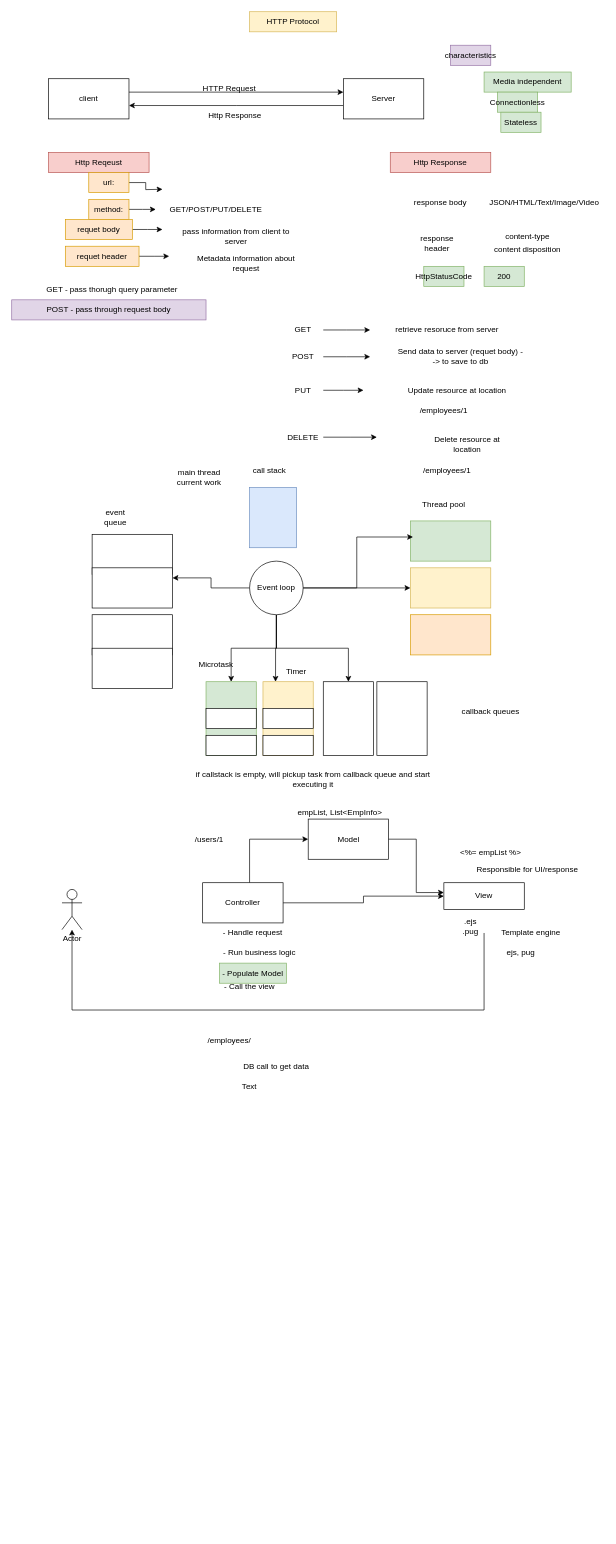
dhruvikp/PURDUE_Jan2026 keeps this draw.io diagram as page "Nodejs" (2 of 2) of mongodb_architecture.drawio. Above is the earlier version. Source tidied: cells renumbered, new cells numbered last; positions are measured from the earlier drawing's top-left corner, leaving out a move shared by most shapes. Both pictures are drawn from the tidied source at 67%, with x=0, y=0 at pixel (11, 11).
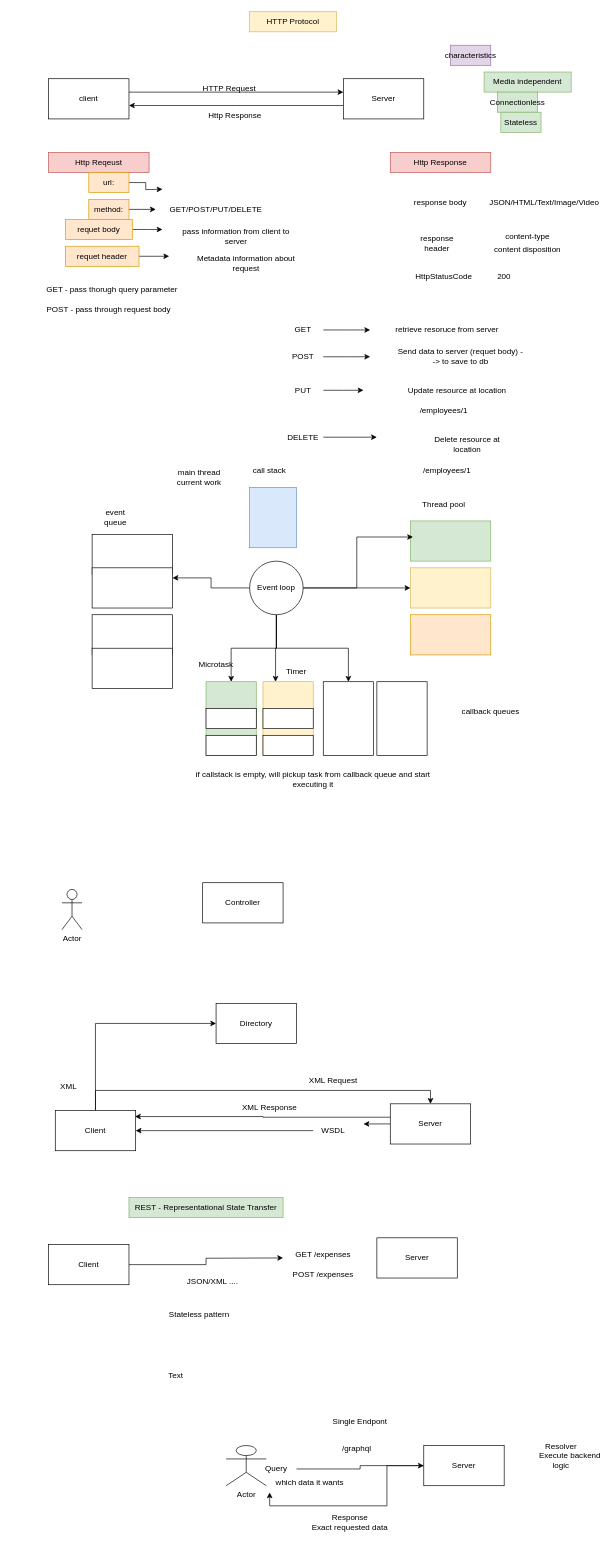
The same diagram, later.

Unchanged cells that the change refers to:
```xml
<mxCell id="81" value="Actor" style="shape=umlActor;verticalLabelPosition=bottom;verticalAlign=top;html=1;outlineConnect=0;" parent="1" vertex="1">
  <mxGeometry x="75" y="1310" width="30" height="60" as="geometry" />
</mxCell>
<mxCell id="84" value="Controller" style="rounded=0;whiteSpace=wrap;html=1;" parent="1" vertex="1">
  <mxGeometry x="285" y="1300" width="120" height="60" as="geometry" />
</mxCell>
```

What changed in the source:
```diff
@@
-    <mxCell id="19" value="POST - pass through request body" style="text;html=1;whiteSpace=wrap;strokeColor=#9673a6;fillColor=#e1d5e7;align=center;verticalAlign=middle;rounded=0;" parent="1" vertex="1">
+    <mxCell id="19" value="POST - pass through request body" style="text;html=1;whiteSpace=wrap;strokeColor=none;fillColor=none;align=center;verticalAlign=middle;rounded=0;" parent="1" vertex="1">
       <mxGeometry y="430" width="290" height="30" as="geometry" />
     </mxCell>
@@
-    <mxCell id="48" value="HttpStatusCode" style="text;html=1;whiteSpace=wrap;strokeColor=#82b366;fillColor=#d5e8d4;align=center;verticalAlign=middle;rounded=0;" parent="1" vertex="1">
+    <mxCell id="48" value="HttpStatusCode" style="text;html=1;whiteSpace=wrap;strokeColor=none;fillColor=none;align=center;verticalAlign=middle;rounded=0;" parent="1" vertex="1">
       <mxGeometry x="615" y="380" width="60" height="30" as="geometry" />
     </mxCell>
-    <mxCell id="49" value="200" style="text;html=1;whiteSpace=wrap;strokeColor=#82b366;fillColor=#d5e8d4;align=center;verticalAlign=middle;rounded=0;" parent="1" vertex="1">
+    <mxCell id="49" value="200" style="text;html=1;whiteSpace=wrap;strokeColor=none;fillColor=none;align=center;verticalAlign=middle;rounded=0;" parent="1" vertex="1">
       <mxGeometry x="705" y="380" width="60" height="30" as="geometry" />
     </mxCell>
@@
-    <mxCell id="82" style="edgeStyle=orthogonalEdgeStyle;rounded=0;jettySize=auto;html=1;entryX=0;entryY=0.5;entryDx=0;entryDy=0;" parent="1" edge="1" source="84" target="89">
-      <mxGeometry relative="1" as="geometry" />
-    </mxCell>
-    <mxCell id="83" style="edgeStyle=orthogonalEdgeStyle;rounded=0;jettySize=auto;html=1;entryX=0;entryY=0.5;entryDx=0;entryDy=0;" parent="1" edge="1" source="84" target="93">
-      <mxGeometry relative="1" as="geometry">
-        <Array as="points">
-          <mxPoint x="355" y="1235" />
-        </Array>
-      </mxGeometry>
-    </mxCell>
@@
-    <mxCell id="85" value="- Handle request" style="text;html=1;whiteSpace=wrap;strokeColor=none;fillColor=none;align=center;verticalAlign=middle;rounded=0;" parent="1" vertex="1">
-      <mxGeometry x="305" y="1360" width="110" height="30" as="geometry" />
-    </mxCell>
-    <mxCell id="86" value="/users/1" style="text;html=1;whiteSpace=wrap;strokeColor=none;fillColor=none;align=center;verticalAlign=middle;rounded=0;" parent="1" vertex="1">
-      <mxGeometry x="265" y="1220" width="60" height="30" as="geometry" />
-    </mxCell>
-    <mxCell id="87" value="- Run business logic" style="text;html=1;whiteSpace=wrap;strokeColor=none;fillColor=none;align=center;verticalAlign=middle;rounded=0;" parent="1" vertex="1">
-      <mxGeometry x="310" y="1390" width="120" height="30" as="geometry" />
-    </mxCell>
-    <mxCell id="88" value="- Call the view" style="text;html=1;whiteSpace=wrap;strokeColor=none;fillColor=none;align=center;verticalAlign=middle;rounded=0;" parent="1" vertex="1">
-      <mxGeometry x="305" y="1440" width="100" height="30" as="geometry" />
-    </mxCell>
-    <mxCell id="89" value="View" style="rounded=0;whiteSpace=wrap;html=1;" parent="1" vertex="1">
-      <mxGeometry x="645" y="1300" width="120" height="40" as="geometry" />
-    </mxCell>
-    <mxCell id="90" style="edgeStyle=orthogonalEdgeStyle;rounded=0;jettySize=auto;html=1;exitX=0;exitY=0.5;exitDx=0;exitDy=0;" parent="1" edge="1" source="91" target="81">
-      <mxGeometry relative="1" as="geometry">
-        <Array as="points">
-          <mxPoint x="705" y="1490" />
-          <mxPoint x="90" y="1490" />
-        </Array>
-      </mxGeometry>
-    </mxCell>
-    <mxCell id="91" value="Template engine" style="text;html=1;whiteSpace=wrap;strokeColor=none;fillColor=none;align=center;verticalAlign=middle;rounded=0;" parent="1" vertex="1">
-      <mxGeometry x="705" y="1360" width="140" height="30" as="geometry" />
-    </mxCell>
-    <mxCell id="92" value="ejs, pug" style="text;html=1;whiteSpace=wrap;strokeColor=none;fillColor=none;align=center;verticalAlign=middle;rounded=0;" parent="1" vertex="1">
-      <mxGeometry x="730" y="1390" width="60" height="30" as="geometry" />
-    </mxCell>
-    <mxCell id="93" value="Model" style="rounded=0;whiteSpace=wrap;html=1;" parent="1" vertex="1">
-      <mxGeometry x="442.5" y="1205" width="120" height="60" as="geometry" />
-    </mxCell>
-    <mxCell id="94" value="- Populate Model" style="text;html=1;whiteSpace=wrap;strokeColor=#82b366;fillColor=#d5e8d4;align=center;verticalAlign=middle;rounded=0;" parent="1" vertex="1">
-      <mxGeometry x="310" y="1420" width="100" height="30" as="geometry" />
-    </mxCell>
-    <mxCell id="95" style="edgeStyle=orthogonalEdgeStyle;rounded=0;jettySize=auto;html=1;entryX=0;entryY=0.367;entryDx=0;entryDy=0;entryPerimeter=0;" parent="1" edge="1" source="93" target="89">
-      <mxGeometry relative="1" as="geometry" />
-    </mxCell>
-    <mxCell id="96" value="Responsible for UI/response" style="text;html=1;whiteSpace=wrap;strokeColor=none;fillColor=none;align=center;verticalAlign=middle;rounded=0;" parent="1" vertex="1">
-      <mxGeometry x="685" y="1265" width="170" height="30" as="geometry" />
-    </mxCell>
-    <mxCell id="97" value="/employees/" style="text;html=1;whiteSpace=wrap;strokeColor=none;fillColor=none;align=center;verticalAlign=middle;rounded=0;" parent="1" vertex="1">
-      <mxGeometry x="295" y="1520" width="60" height="30" as="geometry" />
-    </mxCell>
-    <mxCell id="98" value="DB call to get data" style="text;html=1;whiteSpace=wrap;strokeColor=none;fillColor=none;align=center;verticalAlign=middle;rounded=0;" parent="1" vertex="1">
-      <mxGeometry x="335" y="1560" width="120" height="30" as="geometry" />
-    </mxCell>
-    <mxCell id="99" value=".ejs&lt;div&gt;.pug&lt;/div&gt;" style="text;html=1;whiteSpace=wrap;strokeColor=none;fillColor=none;align=center;verticalAlign=middle;rounded=0;" parent="1" vertex="1">
-      <mxGeometry x="655" y="1350" width="60" height="30" as="geometry" />
-    </mxCell>
+    <mxCell id="103" style="edgeStyle=orthogonalEdgeStyle;rounded=0;jettySize=auto;html=1;entryX=0;entryY=0.5;entryDx=0;entryDy=0;" parent="1" edge="1" source="105" target="106">
+      <mxGeometry relative="1" as="geometry">
+        <Array as="points">
+          <mxPoint x="125" y="1510" />
+        </Array>
+      </mxGeometry>
+    </mxCell>
+    <mxCell id="104" style="edgeStyle=orthogonalEdgeStyle;rounded=0;jettySize=auto;html=1;entryX=0.5;entryY=0;entryDx=0;entryDy=0;" parent="1" edge="1" source="105" target="108">
+      <mxGeometry relative="1" as="geometry">
+        <Array as="points">
+          <mxPoint x="125" y="1610" />
+          <mxPoint x="625" y="1610" />
+        </Array>
+      </mxGeometry>
+    </mxCell>
+    <mxCell id="105" value="Client" style="whiteSpace=wrap;html=1;" parent="1" vertex="1">
+      <mxGeometry x="65" y="1640" width="120" height="60" as="geometry" />
+    </mxCell>
+    <mxCell id="106" value="Directory" style="whiteSpace=wrap;html=1;" parent="1" vertex="1">
+      <mxGeometry x="305" y="1480" width="120" height="60" as="geometry" />
+    </mxCell>
+    <mxCell id="107" style="edgeStyle=orthogonalEdgeStyle;rounded=0;jettySize=auto;html=1;" parent="1" edge="1" source="108">
+      <mxGeometry relative="1" as="geometry">
+        <mxPoint x="525" y="1660" as="targetPoint" />
+      </mxGeometry>
+    </mxCell>
+    <mxCell id="108" value="Server" style="whiteSpace=wrap;html=1;" parent="1" vertex="1">
+      <mxGeometry x="565" y="1630" width="120" height="60" as="geometry" />
+    </mxCell>
+    <mxCell id="109" style="edgeStyle=orthogonalEdgeStyle;rounded=0;jettySize=auto;html=1;entryX=1;entryY=0.5;entryDx=0;entryDy=0;" parent="1" edge="1" source="110" target="105">
+      <mxGeometry relative="1" as="geometry" />
+    </mxCell>
+    <mxCell id="110" value="WSDL" style="text;html=1;whiteSpace=wrap;strokeColor=none;fillColor=none;align=center;verticalAlign=middle;rounded=0;" parent="1" vertex="1">
+      <mxGeometry x="450" y="1655" width="60" height="30" as="geometry" />
+    </mxCell>
+    <mxCell id="111" value="XML" style="text;html=1;whiteSpace=wrap;strokeColor=none;fillColor=none;align=center;verticalAlign=middle;rounded=0;" parent="1" vertex="1">
+      <mxGeometry x="55" y="1590" width="60" height="30" as="geometry" />
+    </mxCell>
+    <mxCell id="112" value="XML Request" style="text;html=1;whiteSpace=wrap;strokeColor=none;fillColor=none;align=center;verticalAlign=middle;rounded=0;" parent="1" vertex="1">
+      <mxGeometry x="435" y="1580" width="90" height="30" as="geometry" />
+    </mxCell>
+    <mxCell id="113" style="edgeStyle=orthogonalEdgeStyle;rounded=0;jettySize=auto;html=1;entryX=0.992;entryY=0.15;entryDx=0;entryDy=0;entryPerimeter=0;" parent="1" edge="1" source="108" target="105">
+      <mxGeometry relative="1" as="geometry">
+        <Array as="points">
+          <mxPoint x="375" y="1650" />
+          <mxPoint x="375" y="1649" />
+        </Array>
+      </mxGeometry>
+    </mxCell>
+    <mxCell id="114" value="XML Response" style="text;html=1;whiteSpace=wrap;strokeColor=none;fillColor=none;align=center;verticalAlign=middle;rounded=0;" parent="1" vertex="1">
+      <mxGeometry x="335" y="1620" width="100" height="30" as="geometry" />
+    </mxCell>
+    <mxCell id="115" style="edgeStyle=orthogonalEdgeStyle;rounded=0;jettySize=auto;html=1;" parent="1" edge="1" source="116">
+      <mxGeometry relative="1" as="geometry">
+        <mxPoint x="405" y="1860" as="targetPoint" />
+      </mxGeometry>
+    </mxCell>
+    <mxCell id="116" value="Client" style="whiteSpace=wrap;html=1;" parent="1" vertex="1">
+      <mxGeometry x="55" y="1840" width="120" height="60" as="geometry" />
+    </mxCell>
+    <mxCell id="117" value="Server" style="whiteSpace=wrap;html=1;" parent="1" vertex="1">
+      <mxGeometry x="545" y="1830" width="120" height="60" as="geometry" />
+    </mxCell>
+    <mxCell id="118" value="GET /expenses" style="text;html=1;whiteSpace=wrap;strokeColor=none;fillColor=none;align=center;verticalAlign=middle;rounded=0;" parent="1" vertex="1">
+      <mxGeometry x="415" y="1840" width="100" height="30" as="geometry" />
+    </mxCell>
+    <mxCell id="119" value="POST /expenses" style="text;html=1;whiteSpace=wrap;strokeColor=none;fillColor=none;align=center;verticalAlign=middle;rounded=0;" parent="1" vertex="1">
+      <mxGeometry x="415" y="1870" width="100" height="30" as="geometry" />
+    </mxCell>
+    <mxCell id="120" value="REST - Representational State Transfer" style="text;html=1;whiteSpace=wrap;strokeColor=#82b366;fillColor=#d5e8d4;align=center;verticalAlign=middle;rounded=0;" parent="1" vertex="1">
+      <mxGeometry x="175" y="1770" width="230" height="30" as="geometry" />
+    </mxCell>
+    <mxCell id="121" value="Stateless pattern" style="text;html=1;whiteSpace=wrap;strokeColor=none;fillColor=none;align=center;verticalAlign=middle;rounded=0;" parent="1" vertex="1">
+      <mxGeometry x="185" y="1930" width="190" height="30" as="geometry" />
+    </mxCell>
+    <mxCell id="122" value="JSON/XML ...." style="text;html=1;whiteSpace=wrap;strokeColor=none;fillColor=none;align=center;verticalAlign=middle;rounded=0;" parent="1" vertex="1">
+      <mxGeometry x="245" y="1880" width="110" height="30" as="geometry" />
+    </mxCell>
     <mxCell id="100" value="Text" style="text;html=1;whiteSpace=wrap;strokeColor=none;fillColor=none;align=center;verticalAlign=middle;rounded=0;" parent="1" vertex="1">
-      <mxGeometry x="325" y="1590" width="60" height="30" as="geometry" />
+      <mxGeometry x="215" y="2020" width="60" height="30" as="geometry" />
     </mxCell>
-    <mxCell id="101" value="empList, List&amp;lt;EmpInfo&amp;gt;" style="text;html=1;whiteSpace=wrap;strokeColor=none;fillColor=none;align=center;verticalAlign=middle;rounded=0;" parent="1" vertex="1">
-      <mxGeometry x="405" y="1180" width="170" height="30" as="geometry" />
-    </mxCell>
-    <mxCell id="102" value="&amp;lt;%= empList %&amp;gt;" style="text;html=1;whiteSpace=wrap;strokeColor=none;fillColor=none;align=center;verticalAlign=middle;rounded=0;" parent="1" vertex="1">
-      <mxGeometry x="645" y="1240" width="140" height="30" as="geometry" />
-    </mxCell>
+    <mxCell id="123" style="edgeStyle=orthogonalEdgeStyle;rounded=0;jettySize=auto;html=1;entryX=0;entryY=1;entryDx=0;entryDy=0;" parent="1" edge="1" source="124" target="130">
+      <mxGeometry relative="1" as="geometry" />
+    </mxCell>
+    <mxCell id="124" value="Server" style="whiteSpace=wrap;html=1;" parent="1" vertex="1">
+      <mxGeometry x="615" y="2140" width="120" height="60" as="geometry" />
+    </mxCell>
+    <mxCell id="125" value="/graphql" style="text;html=1;whiteSpace=wrap;strokeColor=none;fillColor=none;align=center;verticalAlign=middle;rounded=0;" parent="1" vertex="1">
+      <mxGeometry x="485" y="2130" width="60" height="30" as="geometry" />
+    </mxCell>
+    <mxCell id="126" value="Single Endpont" style="text;html=1;whiteSpace=wrap;strokeColor=none;fillColor=none;align=center;verticalAlign=middle;rounded=0;" parent="1" vertex="1">
+      <mxGeometry x="475" y="2090" width="90" height="30" as="geometry" />
+    </mxCell>
+    <mxCell id="127" style="edgeStyle=orthogonalEdgeStyle;rounded=0;jettySize=auto;html=1;entryX=0;entryY=0.5;entryDx=0;entryDy=0;" parent="1" edge="1" source="128" target="124">
+      <mxGeometry relative="1" as="geometry" />
+    </mxCell>
+    <mxCell id="128" value="Query" style="text;html=1;whiteSpace=wrap;strokeColor=none;fillColor=none;align=center;verticalAlign=middle;rounded=0;" parent="1" vertex="1">
+      <mxGeometry x="365" y="2160" width="60" height="30" as="geometry" />
+    </mxCell>
+    <mxCell id="129" value="Actor" style="shape=umlActor;verticalLabelPosition=bottom;verticalAlign=top;html=1;" parent="1" vertex="1">
+      <mxGeometry x="320" y="2140" width="60" height="60" as="geometry" />
+    </mxCell>
+    <mxCell id="130" value="which data it wants" style="text;html=1;whiteSpace=wrap;strokeColor=none;fillColor=none;align=center;verticalAlign=middle;rounded=0;" parent="1" vertex="1">
+      <mxGeometry x="385" y="2180" width="120" height="30" as="geometry" />
+    </mxCell>
+    <mxCell id="131" value="Resolver&lt;div&gt;&lt;span style=&quot;white-space: pre;&quot;&gt;&#9;&lt;/span&gt;Execute backend logic&lt;br&gt;&lt;/div&gt;" style="text;html=1;whiteSpace=wrap;strokeColor=none;fillColor=none;align=center;verticalAlign=middle;rounded=0;" parent="1" vertex="1">
+      <mxGeometry x="755" y="2140" width="130" height="30" as="geometry" />
+    </mxCell>
+    <mxCell id="132" value="Response&lt;div&gt;Exact requested data&lt;/div&gt;" style="text;html=1;whiteSpace=wrap;strokeColor=none;fillColor=none;align=center;verticalAlign=middle;rounded=0;" parent="1" vertex="1">
+      <mxGeometry x="425" y="2240" width="160" height="30" as="geometry" />
+    </mxCell>
```
